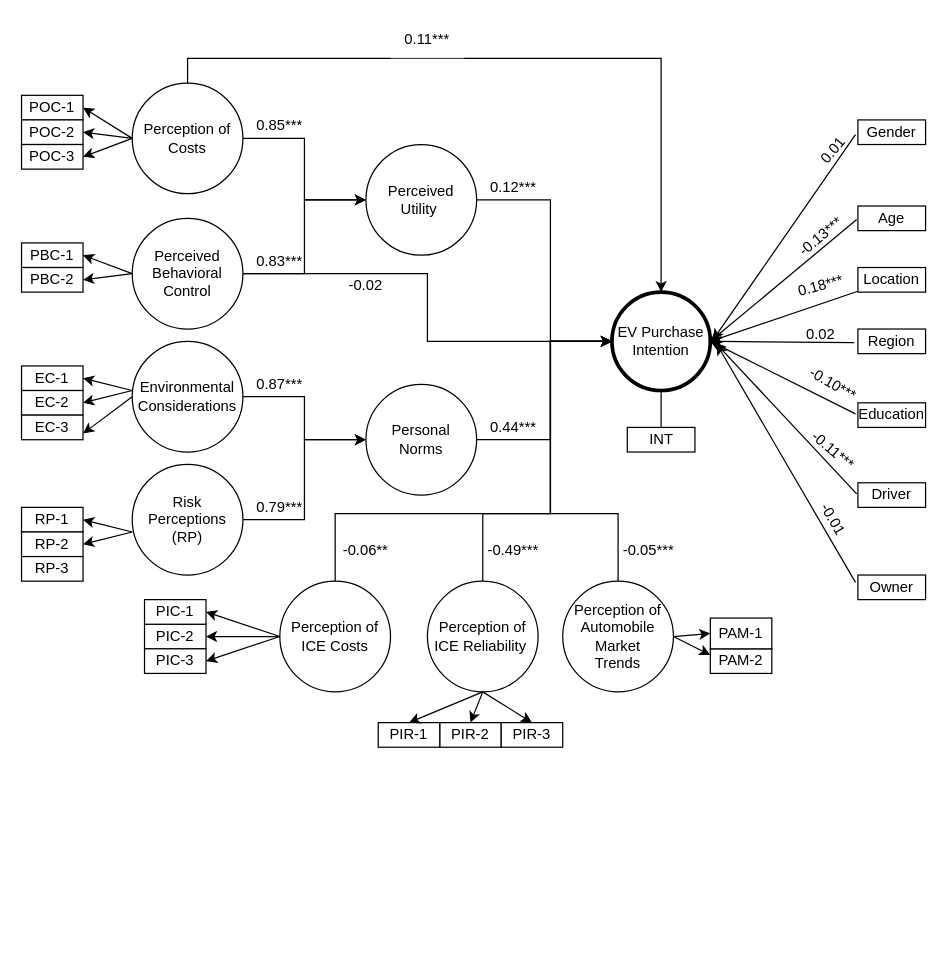
Earlier version of the draw.io diagram final_path_diagram.drawio (ChullEPG/taxi-survey). Source tidied: cells renumbered, new cells numbered last; positions are measured from the earlier drawing's top-left corner, leaving out a move shared by most shapes. Both pictures are drawn from the tidied source at 123%, with x=0, y=0 at pixel (21, 21).
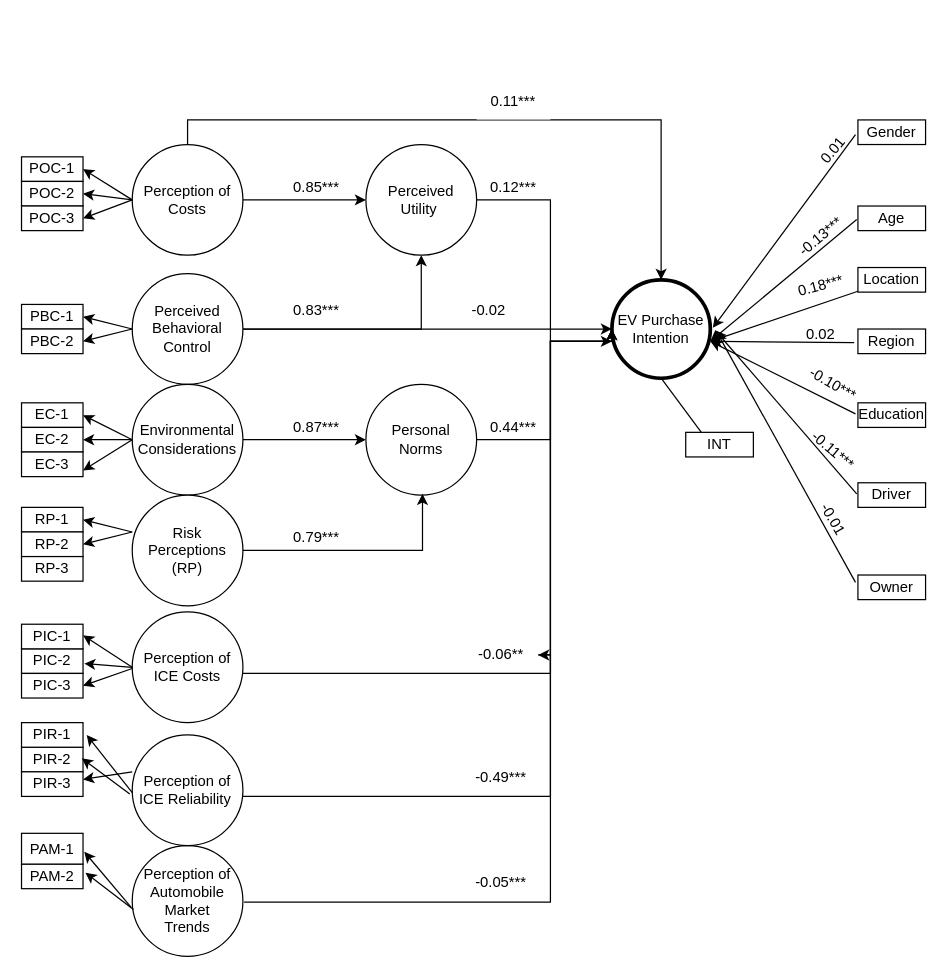
The same page after the edit.

Unchanged cells that the change refers to:
```xml
<mxCell id="5" value="Personal &lt;br&gt;Norms" style="ellipse;whiteSpace=wrap;html=1;" parent="1" vertex="1">
  <mxGeometry x="280" y="295" width="90" height="90" as="geometry" />
</mxCell>
```

The edit, as a diff of the source:
```diff
@@
     <mxCell id="8" value="Perception of Costs" style="ellipse;whiteSpace=wrap;html=1;" parent="1" vertex="1">
-      <mxGeometry x="90" y="50" width="90" height="90" as="geometry" />
+      <mxGeometry x="90" y="100" width="90" height="90" as="geometry" />
     </mxCell>
     <mxCell id="9" value="PBC-1" style="rounded=0;whiteSpace=wrap;html=1;" parent="1" vertex="1">
-      <mxGeometry y="180" width="50" height="20" as="geometry" />
+      <mxGeometry y="230" width="50" height="20" as="geometry" />
     </mxCell>
     <mxCell id="10" value="PBC-2" style="rounded=0;whiteSpace=wrap;html=1;" parent="1" vertex="1">
-      <mxGeometry y="200" width="50" height="20" as="geometry" />
+      <mxGeometry y="250" width="50" height="20" as="geometry" />
     </mxCell>
     <mxCell id="11" value="EV Purchase Intention" style="ellipse;whiteSpace=wrap;html=1;strokeWidth=3;" parent="1" vertex="1">
-      <mxGeometry x="480" y="220" width="80" height="80" as="geometry" />
+      <mxGeometry x="480" y="210" width="80" height="80" as="geometry" />
     </mxCell>
@@
     <mxCell id="14" value="Perceived Behavioral Control" style="ellipse;whiteSpace=wrap;html=1;" parent="1" vertex="1">
-      <mxGeometry x="90" y="160" width="90" height="90" as="geometry" />
+      <mxGeometry x="90" y="205" width="90" height="90" as="geometry" />
     </mxCell>
     <mxCell id="15" value="POC-1" style="rounded=0;whiteSpace=wrap;html=1;" parent="1" vertex="1">
-      <mxGeometry y="60" width="50" height="20" as="geometry" />
+      <mxGeometry y="110" width="50" height="20" as="geometry" />
     </mxCell>
     <mxCell id="16" value="POC-2" style="rounded=0;whiteSpace=wrap;html=1;" parent="1" vertex="1">
-      <mxGeometry y="80" width="50" height="20" as="geometry" />
+      <mxGeometry y="130" width="50" height="20" as="geometry" />
     </mxCell>
     <mxCell id="17" value="POC-3" style="rounded=0;whiteSpace=wrap;html=1;" parent="1" vertex="1">
-      <mxGeometry y="100" width="50" height="20" as="geometry" />
+      <mxGeometry y="150" width="50" height="20" as="geometry" />
     </mxCell>
@@
     <mxCell id="23" value="INT" style="rounded=0;whiteSpace=wrap;html=1;" parent="1" vertex="1">
-      <mxGeometry x="492.5" y="330" width="55" height="20" as="geometry" />
+      <mxGeometry x="540" y="334" width="55" height="20" as="geometry" />
     </mxCell>
@@
     <mxCell id="26" value="Environmental Considerations" style="ellipse;whiteSpace=wrap;html=1;" parent="1" vertex="1">
-      <mxGeometry x="90" y="260" width="90" height="90" as="geometry" />
+      <mxGeometry x="90" y="295" width="90" height="90" as="geometry" />
     </mxCell>
-    <mxCell id="27" style="edgeStyle=orthogonalEdgeStyle;rounded=0;jettySize=auto;html=1;entryX=0;entryY=0.5;entryDx=0;entryDy=0;" parent="1" edge="1" source="28" target="5">
+    <mxCell id="27" style="edgeStyle=orthogonalEdgeStyle;rounded=0;jettySize=auto;html=1;entryX=0.511;entryY=0.989;entryDx=0;entryDy=0;entryPerimeter=0;" parent="1" edge="1" source="28" target="5">
       <mxGeometry relative="1" as="geometry" />
     </mxCell>
     <mxCell id="28" value="Risk Perceptions (RP)" style="ellipse;whiteSpace=wrap;html=1;" parent="1" vertex="1">
-      <mxGeometry x="90" y="360" width="90" height="90" as="geometry" />
+      <mxGeometry x="90" y="385" width="90" height="90" as="geometry" />
     </mxCell>
     <mxCell id="29" value="EC-1" style="rounded=0;whiteSpace=wrap;html=1;" parent="1" vertex="1">
-      <mxGeometry y="280" width="50" height="20" as="geometry" />
+      <mxGeometry y="310" width="50" height="20" as="geometry" />
     </mxCell>
     <mxCell id="30" value="EC-2" style="rounded=0;whiteSpace=wrap;html=1;" parent="1" vertex="1">
-      <mxGeometry y="300" width="50" height="20" as="geometry" />
+      <mxGeometry y="330" width="50" height="20" as="geometry" />
     </mxCell>
-    <mxCell id="31" style="endArrow=classic;html=1;rounded=0;exitX=0;exitY=0.5;exitDx=0;exitDy=0;entryX=1;entryY=0.5;entryDx=0;entryDy=0;" parent="1" edge="1" target="30">
+    <mxCell id="31" style="endArrow=classic;html=1;rounded=0;entryX=1;entryY=0.5;entryDx=0;entryDy=0;" parent="1" edge="1" target="30">
       <mxGeometry relative="1" as="geometry">
-        <mxPoint x="90" y="300" as="sourcePoint" />
+        <mxPoint x="90" y="340" as="sourcePoint" />
       </mxGeometry>
     </mxCell>
-    <mxCell id="32" style="endArrow=classic;html=1;rounded=0;exitX=0;exitY=0.5;exitDx=0;exitDy=0;entryX=1;entryY=0.5;entryDx=0;entryDy=0;" parent="1" edge="1" target="29">
+    <mxCell id="32" style="endArrow=classic;html=1;rounded=0;entryX=1;entryY=0.5;entryDx=0;entryDy=0;" parent="1" edge="1" target="29">
       <mxGeometry relative="1" as="geometry">
-        <mxPoint x="90" y="300" as="sourcePoint" />
+        <mxPoint x="90" y="340" as="sourcePoint" />
       </mxGeometry>
     </mxCell>
@@
     <mxCell id="37" value="EC-3" style="rounded=0;whiteSpace=wrap;html=1;" parent="1" vertex="1">
-      <mxGeometry y="320" width="50" height="20" as="geometry" />
+      <mxGeometry y="350" width="50" height="20" as="geometry" />
     </mxCell>
@@
-    <mxCell id="39" style="edgeStyle=orthogonalEdgeStyle;rounded=0;jettySize=auto;html=1;entryX=0;entryY=0.5;entryDx=0;entryDy=0;" parent="1" edge="1" source="40" target="11">
+    <mxCell id="39" style="edgeStyle=orthogonalEdgeStyle;rounded=0;jettySize=auto;html=1;entryX=0;entryY=0.5;entryDx=0;entryDy=0;exitX=0.511;exitY=-0.011;exitDx=0;exitDy=0;exitPerimeter=0;" parent="1" edge="1" source="40" target="11">
       <mxGeometry relative="1" as="geometry">
         <Array as="points">
-          <mxPoint x="485" y="400" />
-          <mxPoint x="430" y="400" />
+          <mxPoint x="430" y="716" />
           <mxPoint x="430" y="260" />
+          <mxPoint x="480" y="260" />
         </Array>
       </mxGeometry>
     </mxCell>
-    <mxCell id="40" value="Perception of Automobile Market &lt;br&gt;Trends" style="ellipse;whiteSpace=wrap;html=1;" parent="1" vertex="1">
-      <mxGeometry x="440" y="455" width="90" height="90" as="geometry" />
+    <mxCell id="40" value="Perception of Automobile Market &lt;br&gt;Trends" style="ellipse;whiteSpace=wrap;html=1;direction=south;" parent="1" vertex="1">
+      <mxGeometry x="90" y="670" width="90" height="90" as="geometry" />
     </mxCell>
     <mxCell id="41" style="edgeStyle=orthogonalEdgeStyle;rounded=0;jettySize=auto;html=1;entryX=0;entryY=0.5;entryDx=0;entryDy=0;" parent="1" edge="1" source="42" target="11">
       <mxGeometry relative="1" as="geometry">
         <Array as="points">
-          <mxPoint x="375" y="400" />
-          <mxPoint x="430" y="400" />
+          <mxPoint x="430" y="630" />
           <mxPoint x="430" y="260" />
+          <mxPoint x="480" y="260" />
         </Array>
       </mxGeometry>
     </mxCell>
     <mxCell id="42" value="Perception of ICE Reliability&amp;nbsp;" style="ellipse;whiteSpace=wrap;html=1;" parent="1" vertex="1">
-      <mxGeometry x="330" y="455" width="90" height="90" as="geometry" />
+      <mxGeometry x="90" y="580" width="90" height="90" as="geometry" />
     </mxCell>
-    <mxCell id="43" style="edgeStyle=orthogonalEdgeStyle;rounded=0;jettySize=auto;html=1;" parent="1" edge="1" source="44">
+    <mxCell id="43" style="edgeStyle=orthogonalEdgeStyle;rounded=0;jettySize=auto;html=1;" parent="1" edge="1" source="70">
       <mxGeometry relative="1" as="geometry">
         <mxPoint x="480" y="260" as="targetPoint" />
         <Array as="points">
-          <mxPoint x="255" y="400" />
-          <mxPoint x="430" y="400" />
           <mxPoint x="430" y="260" />
         </Array>
       </mxGeometry>
     </mxCell>
     <mxCell id="44" value="Perception of ICE Costs" style="ellipse;whiteSpace=wrap;html=1;" parent="1" vertex="1">
-      <mxGeometry x="210" y="455" width="90" height="90" as="geometry" />
+      <mxGeometry x="90" y="480" width="90" height="90" as="geometry" />
     </mxCell>
     <mxCell id="45" value="PIC-2" style="rounded=0;whiteSpace=wrap;html=1;" parent="1" vertex="1">
-      <mxGeometry x="100" y="490" width="50" height="20" as="geometry" />
+      <mxGeometry y="510" width="50" height="20" as="geometry" />
     </mxCell>
     <mxCell id="46" value="PIC-1" style="rounded=0;whiteSpace=wrap;html=1;" parent="1" vertex="1">
-      <mxGeometry x="100" y="470" width="50" height="20" as="geometry" />
+      <mxGeometry y="490" width="50" height="20" as="geometry" />
     </mxCell>
-    <mxCell id="47" style="endArrow=classic;html=1;rounded=0;exitX=0;exitY=0.5;exitDx=0;exitDy=0;" parent="1" edge="1" source="44">
-      <mxGeometry relative="1" as="geometry">
-        <mxPoint x="150" y="500" as="targetPoint" />
-        <Array as="points">
-          <mxPoint x="160" y="500" />
-        </Array>
-      </mxGeometry>
+    <mxCell id="47" style="endArrow=classic;html=1;rounded=0;exitX=0;exitY=0.5;exitDx=0;exitDy=0;entryX=1.02;entryY=0.6;entryDx=0;entryDy=0;entryPerimeter=0;" parent="1" edge="1" source="44" target="45">
+      <mxGeometry relative="1" as="geometry" />
     </mxCell>
-    <mxCell id="48" style="endArrow=classic;html=1;rounded=0;exitX=0;exitY=0.5;exitDx=0;exitDy=0;" parent="1" edge="1" source="44">
-      <mxGeometry relative="1" as="geometry">
-        <mxPoint x="150" y="480" as="targetPoint" />
-      </mxGeometry>
+    <mxCell id="48" style="endArrow=classic;html=1;rounded=0;exitX=0;exitY=0.5;exitDx=0;exitDy=0;entryX=1;entryY=0.45;entryDx=0;entryDy=0;entryPerimeter=0;" parent="1" edge="1" source="44" target="46">
+      <mxGeometry relative="1" as="geometry" />
     </mxCell>
     <mxCell id="49" value="PIC-3" style="rounded=0;whiteSpace=wrap;html=1;" parent="1" vertex="1">
-      <mxGeometry x="100" y="510" width="50" height="20" as="geometry" />
+      <mxGeometry y="530" width="50" height="20" as="geometry" />
     </mxCell>
-    <mxCell id="50" style="endArrow=classic;html=1;rounded=0;entryX=1;entryY=0.5;entryDx=0;entryDy=0;" parent="1" edge="1" target="49">
-      <mxGeometry relative="1" as="geometry">
-        <mxPoint x="210" y="500" as="sourcePoint" />
-      </mxGeometry>
+    <mxCell id="50" style="endArrow=classic;html=1;rounded=0;entryX=1;entryY=0.5;entryDx=0;entryDy=0;exitX=0;exitY=0.511;exitDx=0;exitDy=0;exitPerimeter=0;" parent="1" edge="1" source="44" target="49">
+      <mxGeometry relative="1" as="geometry" />
     </mxCell>
     <mxCell id="51" value="PIR-2" style="rounded=0;whiteSpace=wrap;html=1;" parent="1" vertex="1">
-      <mxGeometry x="340" y="570" width="50" height="20" as="geometry" />
+      <mxGeometry y="590" width="50" height="20" as="geometry" />
     </mxCell>
     <mxCell id="52" value="PIR-1" style="rounded=0;whiteSpace=wrap;html=1;" parent="1" vertex="1">
-      <mxGeometry x="290" y="570" width="50" height="20" as="geometry" />
+      <mxGeometry y="570" width="50" height="20" as="geometry" />
     </mxCell>
     <mxCell id="53" value="PIR-3" style="rounded=0;whiteSpace=wrap;html=1;" parent="1" vertex="1">
-      <mxGeometry x="390" y="570" width="50" height="20" as="geometry" />
+      <mxGeometry y="610" width="50" height="20" as="geometry" />
     </mxCell>
-    <mxCell id="54" style="endArrow=classic;html=1;rounded=0;exitX=0.5;exitY=1;exitDx=0;exitDy=0;entryX=0.5;entryY=0;entryDx=0;entryDy=0;" parent="1" edge="1" source="42" target="53">
-      <mxGeometry relative="1" as="geometry" />
+    <mxCell id="54" style="endArrow=classic;html=1;rounded=0;" parent="1" edge="1" target="53">
+      <mxGeometry relative="1" as="geometry">
+        <mxPoint x="90" y="610" as="sourcePoint" />
+      </mxGeometry>
     </mxCell>
-    <mxCell id="55" style="endArrow=classic;html=1;rounded=0;entryX=0.5;entryY=0;entryDx=0;entryDy=0;exitX=0.5;exitY=1;exitDx=0;exitDy=0;" parent="1" edge="1" source="42" target="51">
+    <mxCell id="55" style="endArrow=classic;html=1;rounded=0;exitX=-0.022;exitY=0.533;exitDx=0;exitDy=0;exitPerimeter=0;entryX=0.98;entryY=0.45;entryDx=0;entryDy=0;entryPerimeter=0;" parent="1" edge="1" source="42" target="51">
       <mxGeometry relative="1" as="geometry" />
     </mxCell>
-    <mxCell id="56" style="endArrow=classic;html=1;rounded=0;exitX=0.5;exitY=1;exitDx=0;exitDy=0;entryX=0.5;entryY=0;entryDx=0;entryDy=0;" parent="1" edge="1" source="42" target="52">
+    <mxCell id="56" style="endArrow=classic;html=1;rounded=0;exitX=0;exitY=0.522;exitDx=0;exitDy=0;entryX=1.06;entryY=0.5;entryDx=0;entryDy=0;exitPerimeter=0;entryPerimeter=0;" parent="1" edge="1" source="42" target="52">
       <mxGeometry relative="1" as="geometry" />
     </mxCell>
     <mxCell id="57" value="PAM-2" style="rounded=0;whiteSpace=wrap;html=1;" parent="1" vertex="1">
-      <mxGeometry x="560" y="510" width="50" height="20" as="geometry" />
+      <mxGeometry y="685" width="50" height="20" as="geometry" />
     </mxCell>
-    <mxCell id="58" value="PAM-1" style="rounded=0;whiteSpace=wrap;html=1;" parent="1" vertex="1">
-      <mxGeometry x="560" y="485" width="50" height="25" as="geometry" />
-    </mxCell>
-    <mxCell id="59" style="endArrow=classic;html=1;rounded=0;entryX=0;entryY=0.25;entryDx=0;entryDy=0;" parent="1" edge="1" target="57">
-      <mxGeometry relative="1" as="geometry">
-        <mxPoint x="530" y="500" as="sourcePoint" />
-      </mxGeometry>
-    </mxCell>
-    <mxCell id="60" style="endArrow=classic;html=1;rounded=0;exitX=1;exitY=0.5;exitDx=0;exitDy=0;entryX=0;entryY=0.5;entryDx=0;entryDy=0;" parent="1" edge="1" source="40" target="58">
+    <mxCell id="60" style="endArrow=classic;html=1;rounded=0;exitX=0.556;exitY=1.011;exitDx=0;exitDy=0;entryX=1.02;entryY=0.6;entryDx=0;entryDy=0;entryPerimeter=0;exitPerimeter=0;" parent="1" edge="1" source="40" target="58">
       <mxGeometry relative="1" as="geometry" />
     </mxCell>
@@
     <mxCell id="63" value="0.11***" style="text;align=center;html=1;verticalAlign=middle;whiteSpace=wrap;rounded=0;shadow=0;fillColor=default;gradientColor=none;opacity=60;" parent="1" vertex="1">
-      <mxGeometry x="300" width="60" height="30" as="geometry" />
+      <mxGeometry x="370" y="50" width="60" height="30" as="geometry" />
     </mxCell>
     <mxCell id="64" value="0.85***" style="text;strokeColor=none;align=center;fillColor=none;html=1;verticalAlign=middle;whiteSpace=wrap;rounded=0;" parent="1" vertex="1">
-      <mxGeometry x="180" y="70" width="60" height="30" as="geometry" />
+      <mxGeometry x="210" y="120" width="60" height="30" as="geometry" />
     </mxCell>
     <mxCell id="65" value="-0.02" style="text;strokeColor=none;align=center;fillColor=none;html=1;verticalAlign=middle;whiteSpace=wrap;rounded=0;" parent="1" vertex="1">
-      <mxGeometry x="250" y="200" width="60" height="30" as="geometry" />
+      <mxGeometry x="350" y="220" width="60" height="30" as="geometry" />
     </mxCell>
     <mxCell id="66" value="0.83***" style="text;strokeColor=none;align=center;fillColor=none;html=1;verticalAlign=middle;whiteSpace=wrap;rounded=0;" parent="1" vertex="1">
-      <mxGeometry x="180" y="180" width="60" height="30" as="geometry" />
+      <mxGeometry x="210" y="220" width="60" height="30" as="geometry" />
     </mxCell>
     <mxCell id="67" value="0.87***" style="text;strokeColor=none;align=center;fillColor=none;html=1;verticalAlign=middle;whiteSpace=wrap;rounded=0;" parent="1" vertex="1">
-      <mxGeometry x="180" y="280" width="60" height="30" as="geometry" />
+      <mxGeometry x="210" y="315" width="60" height="30" as="geometry" />
     </mxCell>
     <mxCell id="68" value="0.79***" style="text;strokeColor=none;align=center;fillColor=none;html=1;verticalAlign=middle;whiteSpace=wrap;rounded=0;" parent="1" vertex="1">
-      <mxGeometry x="180" y="380" width="60" height="30" as="geometry" />
+      <mxGeometry x="210" y="405" width="60" height="30" as="geometry" />
     </mxCell>
@@
-    <mxCell id="70" value="-0.06**" style="text;strokeColor=none;align=center;fillColor=none;html=1;verticalAlign=middle;whiteSpace=wrap;rounded=0;" parent="1" vertex="1">
-      <mxGeometry x="250" y="415" width="60" height="30" as="geometry" />
-    </mxCell>
     <mxCell id="71" value="-0.49***" style="text;strokeColor=none;align=center;fillColor=none;html=1;verticalAlign=middle;whiteSpace=wrap;rounded=0;" parent="1" vertex="1">
-      <mxGeometry x="370" y="415" width="60" height="30" as="geometry" />
+      <mxGeometry x="360" y="600" width="60" height="30" as="geometry" />
     </mxCell>
     <mxCell id="72" value="-0.05***" style="text;strokeColor=none;align=center;fillColor=none;html=1;verticalAlign=middle;whiteSpace=wrap;rounded=0;" parent="1" vertex="1">
-      <mxGeometry x="480" y="415" width="60" height="30" as="geometry" />
+      <mxGeometry x="360" y="685" width="60" height="30" as="geometry" />
     </mxCell>
@@
+    <mxCell id="94" style="endArrow=classic;html=1;rounded=0;entryX=1.04;entryY=0.35;entryDx=0;entryDy=0;exitX=0.578;exitY=0.989;exitDx=0;exitDy=0;exitPerimeter=0;entryPerimeter=0;" parent="1" edge="1" source="40" target="57">
+      <mxGeometry relative="1" as="geometry" />
+    </mxCell>
+    <mxCell id="58" value="PAM-1" style="rounded=0;whiteSpace=wrap;html=1;" parent="1" vertex="1">
+      <mxGeometry y="660" width="50" height="25" as="geometry" />
+    </mxCell>
+    <mxCell id="95" style="edgeStyle=orthogonalEdgeStyle;rounded=0;jettySize=auto;html=1;" parent="1" edge="1" source="44" target="70">
+      <mxGeometry relative="1" as="geometry">
+        <Array as="points">
+          <mxPoint x="430" y="530" />
+        </Array>
+      </mxGeometry>
+    </mxCell>
+    <mxCell id="70" value="-0.06**" style="text;strokeColor=none;align=center;fillColor=none;html=1;verticalAlign=middle;whiteSpace=wrap;rounded=0;" parent="1" vertex="1">
+      <mxGeometry x="360" y="500" width="60" height="30" as="geometry" />
+    </mxCell>
```
